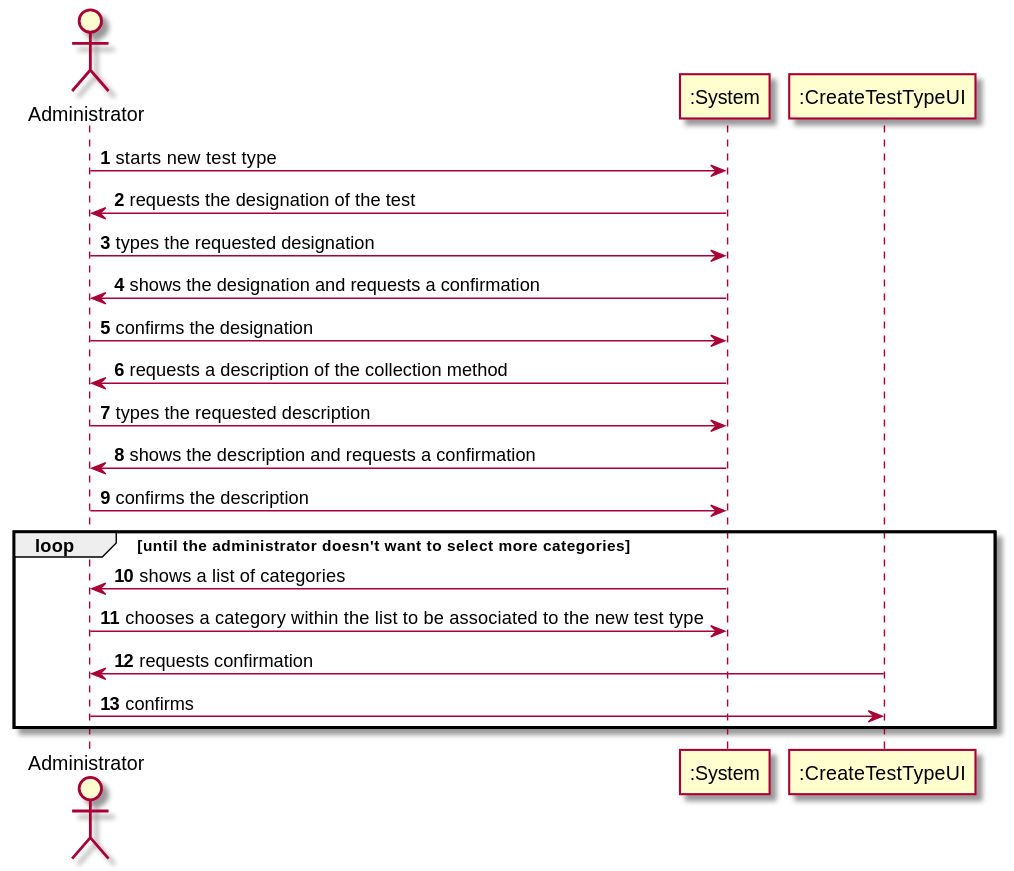
This is docs/SprintB/US9/US9_SSD.svg from MadDinosaur/ISEP-LAPR2, a PlantUML export, as it was before one commit.
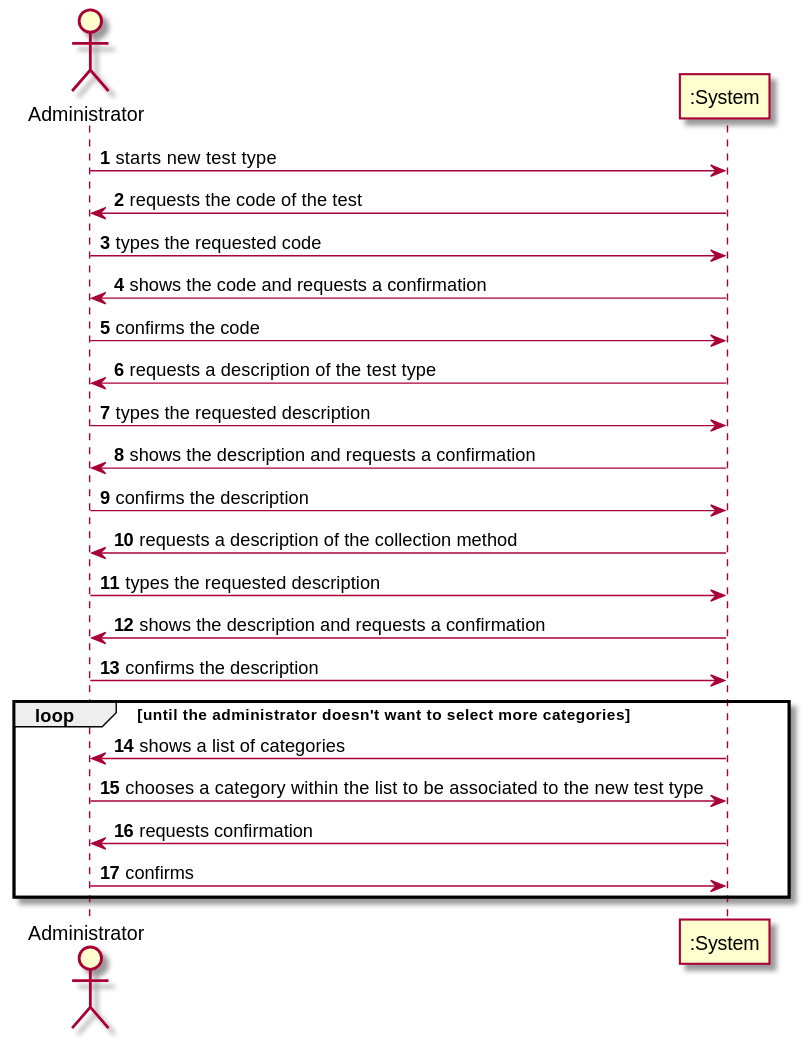
After the commit.

The edit, as a diff of the source:
```diff
@@ -5,10 +5,14 @@
 actor Administrator
 
 Administrator -> ":System": starts new test type
-":System" -> Administrator: requests the designation of the test
-Administrator -> ":System": types the requested designation
-":System" -> Administrator: shows the designation and requests a confirmation
-Administrator -> ":System": confirms the designation
+":System" -> Administrator: requests the code of the test
+Administrator -> ":System": types the requested code
+":System" -> Administrator: shows the code and requests a confirmation
+Administrator -> ":System": confirms the code
+":System" -> Administrator: requests a description of the test type
+Administrator -> ":System": types the requested description
+":System" -> Administrator: shows the description and requests a confirmation
+Administrator -> ":System": confirms the description
 ":System" -> Administrator: requests a description of the collection method
 Administrator -> ":System": types the requested description
 ":System" -> Administrator: shows the description and requests a confirmation
@@ -16,8 +20,8 @@
 loop until the administrator doesn't want to select more categories
 ":System" -> Administrator: shows a list of categories
 Administrator -> ":System": chooses a category within the list to be associated to the new test type
-":CreateTestTypeUI" -> Administrator: requests confirmation
-Administrator -> ":CreateTestTypeUI": confirms
+":System" -> Administrator: requests confirmation
+Administrator -> ":System": confirms
 end loop
 
 @enduml
```
